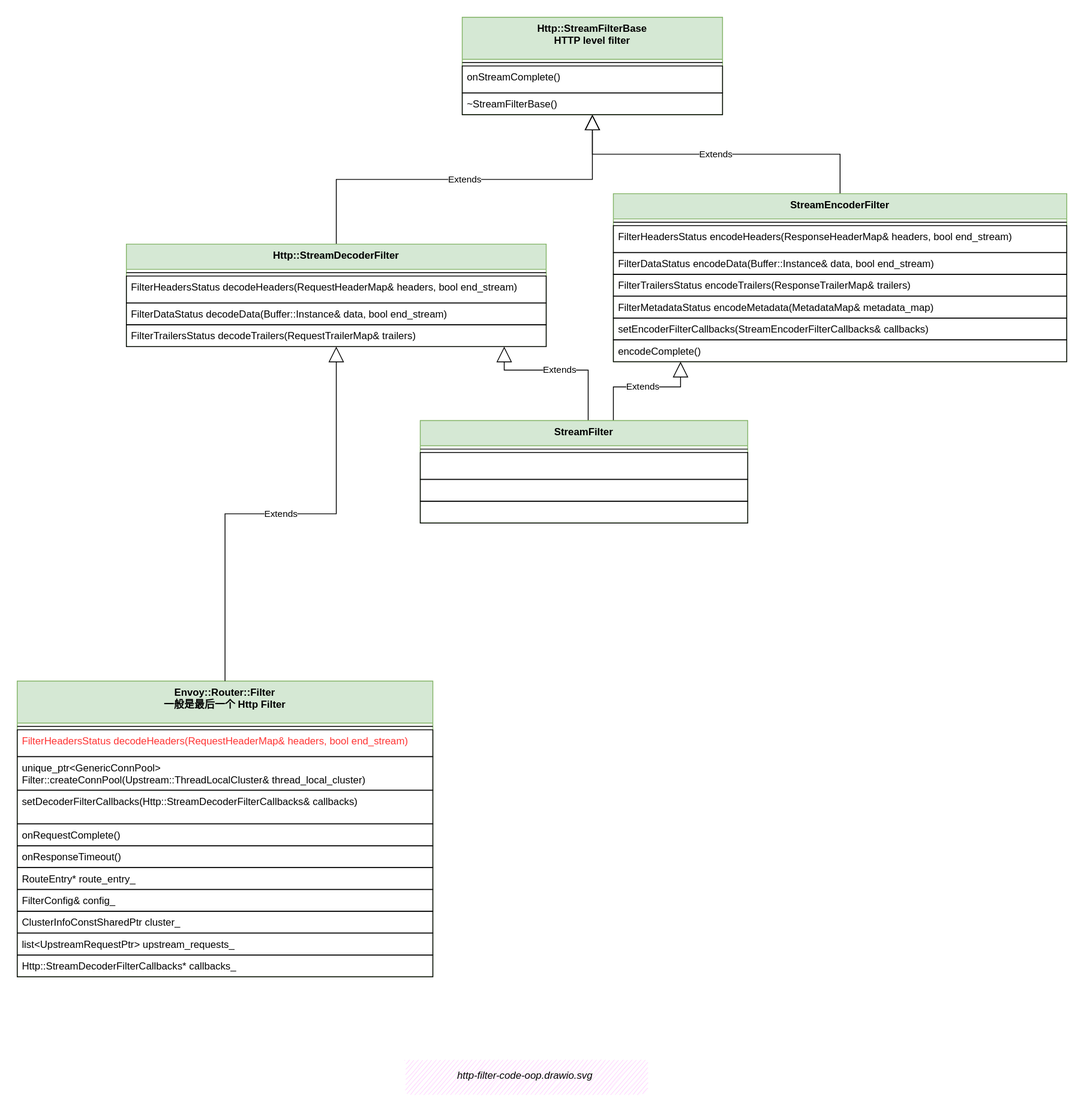
This is docs/source/ch2-envoy/arch/http/http-connection-manager/http-connection-manager.assets/http-filter-code-oop.drawio.svg from labilezhu/istio-insider, a draw.io export, as it was before one commit. Source tidied: cells renumbered, new cells last; positions are measured from the earlier drawing's top-left corner, leaving out a move shared by most shapes.
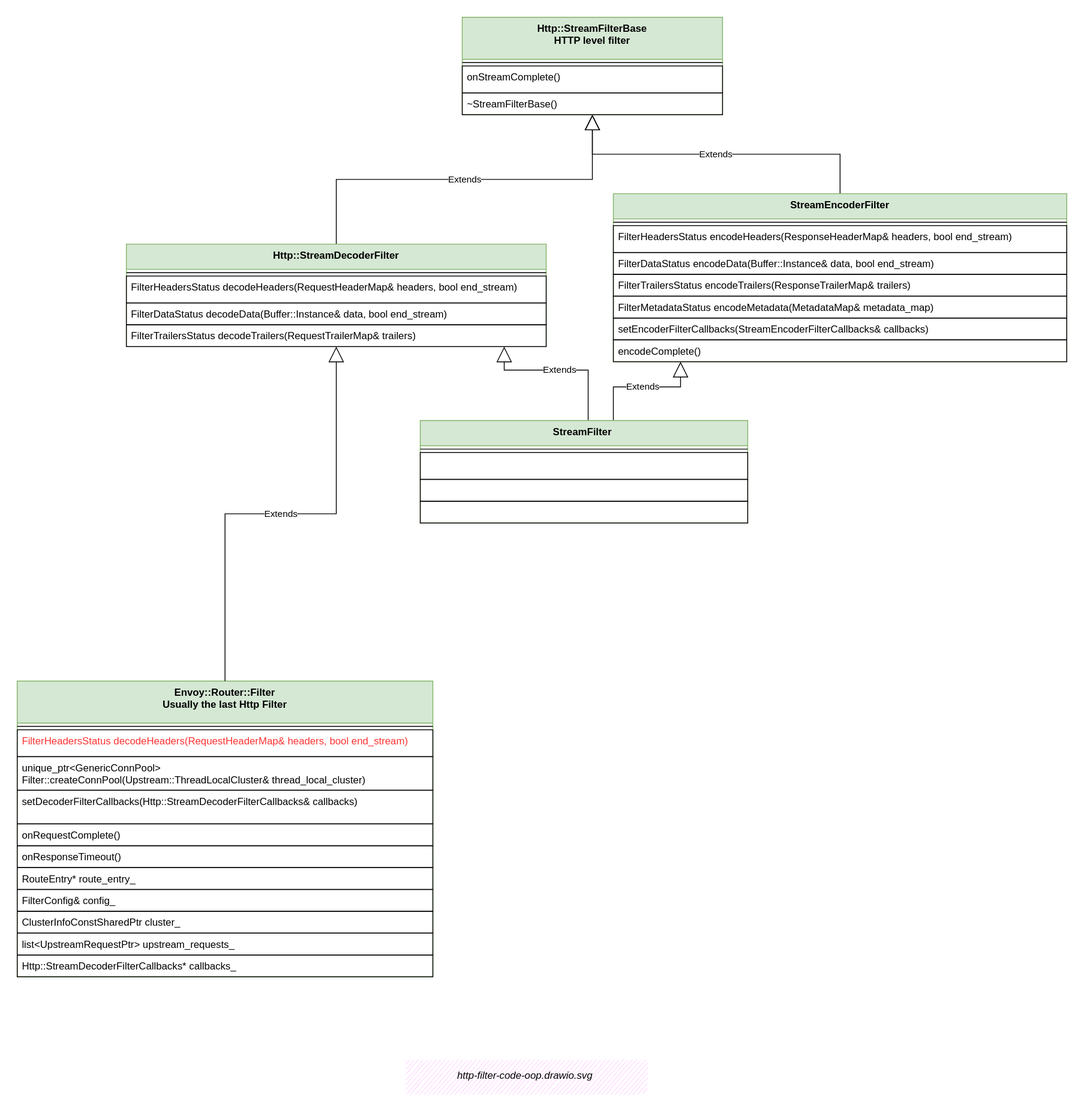
Later version of the same file.

What changed in the source:
```diff
@@ -83,7 +83,7 @@
     <mxCell id="24" value=" " style="text;fillColor=none;align=left;verticalAlign=top;spacingLeft=4;spacingRight=4;overflow=hidden;strokeColor=#000000;" parent="20" vertex="1">
       <mxGeometry y="96" width="390" height="26" as="geometry" />
     </mxCell>
-    <mxCell id="25" value="Envoy::Router::Filter&#10;一般是最后一个 Http Filter" style="swimlane;fontStyle=1;align=center;verticalAlign=top;horizontal=1;startSize=50;fillColor=#d5e8d4;strokeColor=#82b366;" parent="1" vertex="1">
+    <mxCell id="25" value="Envoy::Router::Filter&#10;Usually the last Http Filter" style="swimlane;fontStyle=1;align=center;verticalAlign=top;horizontal=1;startSize=50;fillColor=#d5e8d4;strokeColor=#82b366;" parent="1" vertex="1">
       <mxGeometry y="790" width="495" height="352" as="geometry" />
     </mxCell>
     <mxCell id="26" style="line;strokeWidth=1;fillColor=none;align=left;verticalAlign=middle;spacingTop=-1;spacingLeft=3;spacingRight=3;labelPosition=right;" parent="25" vertex="1">
```
